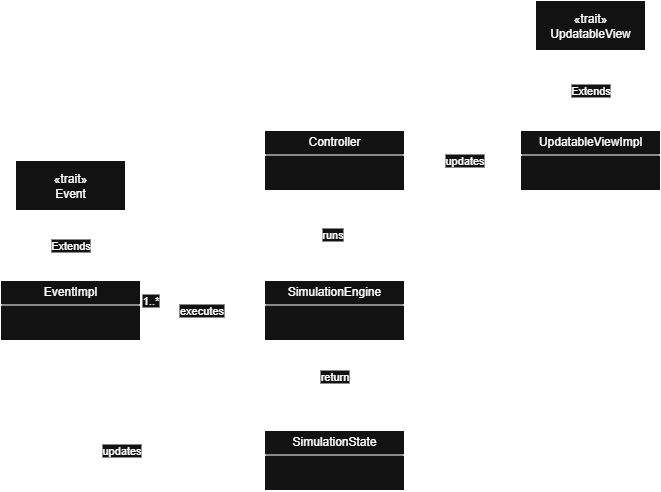
PlagueSim/pps-24-psim keeps this draw.io diagram as docs/3-architectural-design/generalArc.drawio.png. Above is the earlier version. Source tidied: cells renumbered, new cells last; positions are measured from the earlier drawing's top-left corner, leaving out a move shared by most shapes.
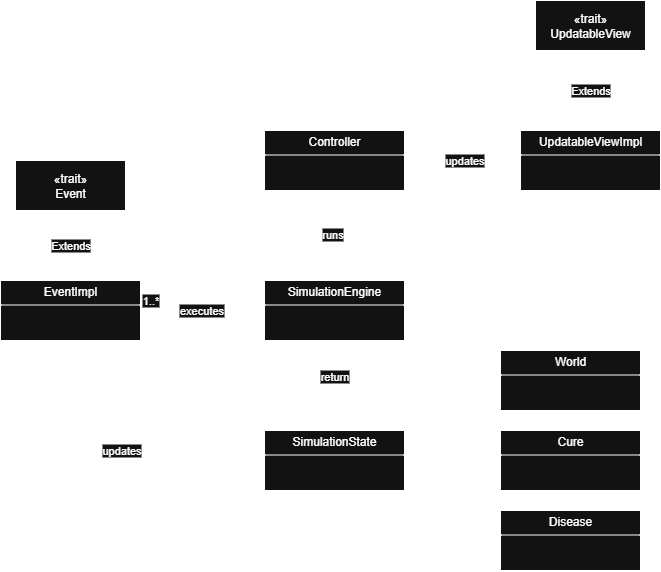
Above is the later version.

Commit message:
more info on SimulationState

What changed in the source:
```diff
@@ -73,5 +73,33 @@
     <mxCell id="20" value="return" style="html=1;verticalAlign=bottom;endArrow=open;dashed=1;endSize=8;curved=0;rounded=0;" parent="1" edge="1" source="3" target="4">
       <mxGeometry relative="1" as="geometry" />
     </mxCell>
+    <mxCell id="21" style="endArrow=diamondThin;endFill=0;endSize=24;html=1;rounded=0;edgeStyle=orthogonalEdgeStyle;" parent="1" edge="1" source="22" target="4">
+      <mxGeometry relative="1" as="geometry">
+        <Array as="points">
+          <mxPoint x="450" y="390" />
+          <mxPoint x="450" y="460" />
+        </Array>
+      </mxGeometry>
+    </mxCell>
+    <mxCell id="22" value="&lt;p style=&quot;margin:0px;margin-top:4px;text-align:center;&quot;&gt;World&lt;/p&gt;&lt;hr size=&quot;1&quot; style=&quot;border-style:solid;&quot;&gt;&lt;div style=&quot;height:2px;&quot;&gt;&lt;/div&gt;" style="verticalAlign=top;align=left;overflow=fill;html=1;whiteSpace=wrap;" parent="1" vertex="1">
+      <mxGeometry x="500" y="350" width="140" height="60" as="geometry" />
+    </mxCell>
+    <mxCell id="23" value="&lt;p style=&quot;margin:0px;margin-top:4px;text-align:center;&quot;&gt;Cure&lt;/p&gt;&lt;hr size=&quot;1&quot; style=&quot;border-style:solid;&quot;&gt;&lt;div style=&quot;height:2px;&quot;&gt;&lt;/div&gt;" style="verticalAlign=top;align=left;overflow=fill;html=1;whiteSpace=wrap;" parent="1" vertex="1">
+      <mxGeometry x="500" y="430" width="140" height="60" as="geometry" />
+    </mxCell>
+    <mxCell id="24" value="&lt;p style=&quot;margin:0px;margin-top:4px;text-align:center;&quot;&gt;Disease&lt;/p&gt;&lt;hr size=&quot;1&quot; style=&quot;border-style:solid;&quot;&gt;&lt;div style=&quot;height:2px;&quot;&gt;&lt;/div&gt;" style="verticalAlign=top;align=left;overflow=fill;html=1;whiteSpace=wrap;" parent="1" vertex="1">
+      <mxGeometry x="500" y="510" width="140" height="60" as="geometry" />
+    </mxCell>
+    <mxCell id="25" style="endArrow=diamondThin;endFill=0;endSize=24;html=1;rounded=0;edgeStyle=orthogonalEdgeStyle;" parent="1" edge="1" source="23" target="4">
+      <mxGeometry relative="1" as="geometry" />
+    </mxCell>
+    <mxCell id="26" style="endArrow=diamondThin;endFill=0;endSize=24;html=1;rounded=0;edgeStyle=orthogonalEdgeStyle;" parent="1" edge="1" source="24" target="4">
+      <mxGeometry relative="1" as="geometry">
+        <Array as="points">
+          <mxPoint x="450" y="540" />
+          <mxPoint x="450" y="460" />
+        </Array>
+      </mxGeometry>
+    </mxCell>
   </root>
 </mxGraphModel>
```
